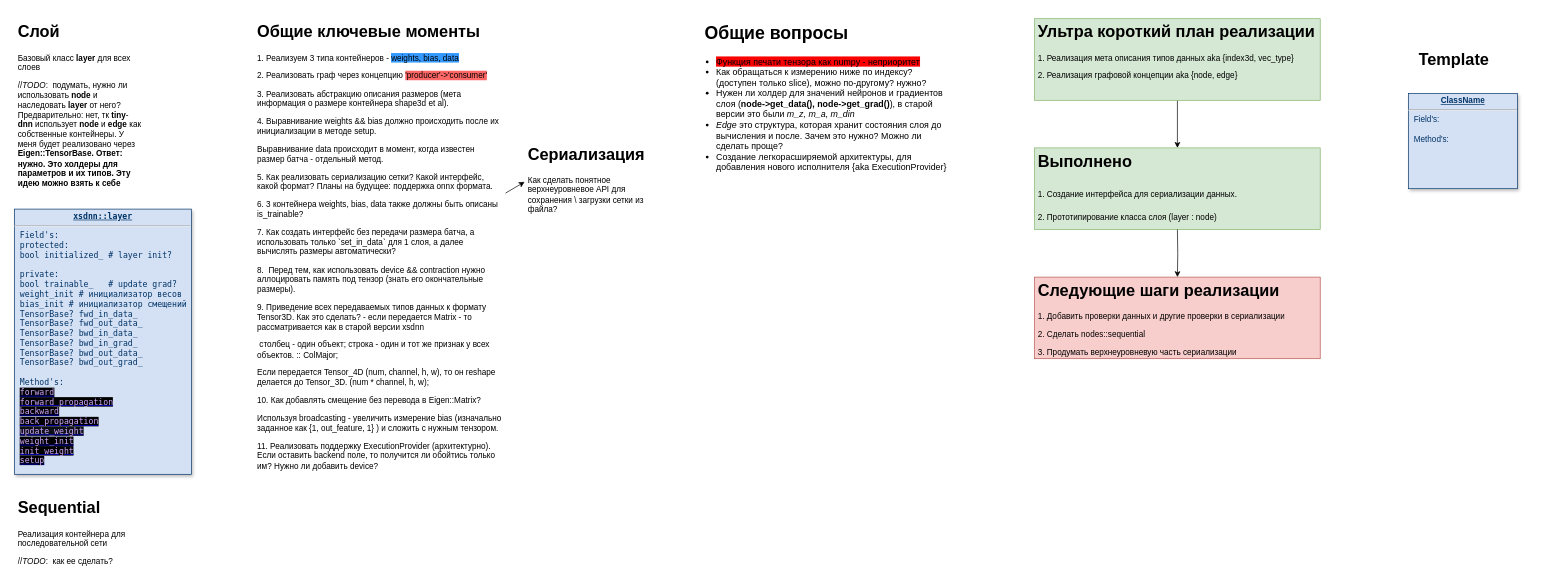
Above: page "xsdnn::main" (1 of 10) of logic.drawio in xsdnn/xsdnn (draw.io), before the change. Source tidied: cells renumbered, new cells numbered last; positions are measured from the earlier drawing's top-left corner, leaving out a move shared by most shapes. Both pictures are drawn from the tidied source at 68%, with x=0, y=0 at pixel (14, 18).
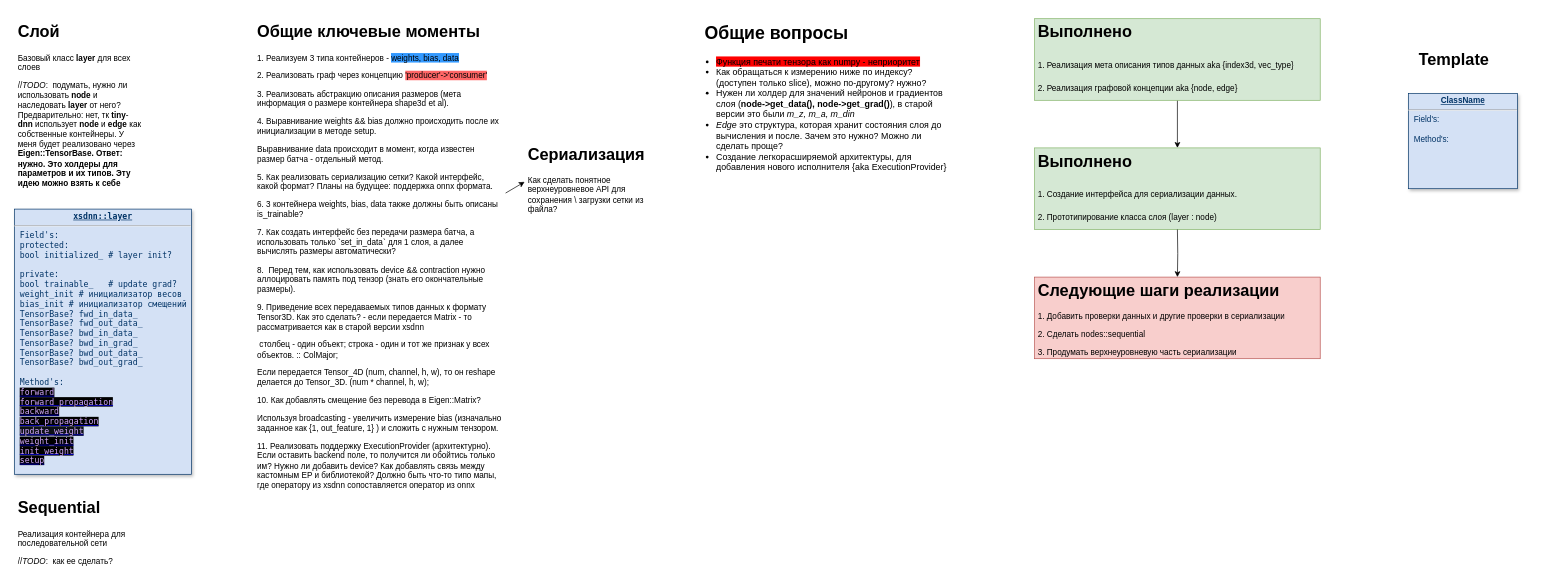
The same diagram, later.

Diff of the diagram source:
```diff
@@
 <mxGraphModel>
   <root>
     <mxCell id="0" />
     <mxCell id="1" parent="0" />
     <mxCell id="2" value="&lt;p style=&quot;margin: 0px; margin-top: 4px; text-align: center; text-decoration: underline;&quot;&gt;&lt;strong&gt;ClassName&lt;/strong&gt;&lt;/p&gt;&lt;hr&gt;&lt;p style=&quot;margin: 0px; margin-left: 8px;&quot;&gt;Field's:&lt;/p&gt;&lt;p style=&quot;margin: 0px; margin-left: 8px;&quot;&gt;&lt;br&gt;&lt;/p&gt;&lt;p style=&quot;margin: 0px; margin-left: 8px;&quot;&gt;Method's:&lt;/p&gt;" style="verticalAlign=top;align=left;overflow=fill;fontSize=12;fontFamily=Helvetica;html=1;strokeColor=#003366;shadow=1;fillColor=#D4E1F5;fontColor=#003366;" parent="1" vertex="1">
       <mxGeometry x="2050" y="110" width="160" height="140" as="geometry" />
     </mxCell>
     <mxCell id="3" value="&lt;h1&gt;Слой&lt;/h1&gt;&lt;p&gt;Базовый класс &lt;b&gt;layer &lt;/b&gt;для всех слоев&lt;/p&gt;&lt;p&gt;&lt;span style=&quot;text-align: center;&quot;&gt;//&lt;i&gt;TODO&lt;/i&gt;:&amp;nbsp; подумать, нужно ли использовать &lt;b&gt;node&lt;/b&gt; и наследовать &lt;b&gt;layer&lt;/b&gt; от него? Предварительно: нет, тк &lt;b&gt;tiny&lt;/b&gt;-&lt;b&gt;dnn&lt;/b&gt; использует &lt;b&gt;node&lt;/b&gt; и &lt;b&gt;edge&lt;/b&gt; как собственные контейнеры. У меня будет реализовано через &lt;b&gt;Eigen::TensorBase. Ответ: нужно. Это холдеры для параметров и их типов. Эту идею можно взять к себе&lt;/b&gt;&lt;/span&gt;&lt;br&gt;&lt;/p&gt;&lt;p&gt;&lt;br&gt;&lt;/p&gt;" style="text;html=1;strokeColor=none;fillColor=none;spacing=5;spacingTop=-20;whiteSpace=wrap;overflow=hidden;rounded=0;" parent="1" vertex="1">
       <mxGeometry width="190" height="250" as="geometry" />
     </mxCell>
     <mxCell id="4" value="&lt;h1&gt;Template&lt;/h1&gt;" style="text;html=1;strokeColor=none;fillColor=none;spacing=5;spacingTop=-20;whiteSpace=wrap;overflow=hidden;rounded=0;" parent="1" vertex="1">
       <mxGeometry x="2060" y="40" width="190" height="50" as="geometry" />
     </mxCell>
     <mxCell id="5" value="&lt;p style=&quot;margin: 0px; margin-top: 4px; text-align: center; text-decoration: underline;&quot;&gt;&lt;b&gt;xsdnn::layer&lt;/b&gt;&lt;/p&gt;&lt;hr&gt;&lt;p style=&quot;margin: 0px; margin-left: 8px;&quot;&gt;Field's:&lt;/p&gt;&lt;p style=&quot;margin: 0px; margin-left: 8px;&quot;&gt;protected:&lt;/p&gt;&lt;p style=&quot;margin: 0px; margin-left: 8px;&quot;&gt;bool initialized_ # layer init?&lt;/p&gt;&lt;p style=&quot;margin: 0px; margin-left: 8px;&quot;&gt;&lt;br&gt;&lt;/p&gt;&lt;p style=&quot;margin: 0px; margin-left: 8px;&quot;&gt;private:&lt;/p&gt;&lt;p style=&quot;margin: 0px 0px 0px 8px;&quot;&gt;bool trainable_&amp;nbsp; &amp;nbsp;# update grad?&lt;/p&gt;&lt;p style=&quot;margin: 0px 0px 0px 8px;&quot;&gt;weight_init # инициализатор весов&lt;/p&gt;&lt;p style=&quot;margin: 0px 0px 0px 8px;&quot;&gt;bias_init # инициализатор смещений&lt;/p&gt;&lt;p style=&quot;margin: 0px; margin-left: 8px;&quot;&gt;TensorBase? fwd_in_data_&lt;/p&gt;&lt;p style=&quot;margin: 0px; margin-left: 8px;&quot;&gt;TensorBase? fwd_out_data_&lt;br&gt;&lt;/p&gt;&lt;p style=&quot;margin: 0px; margin-left: 8px;&quot;&gt;TensorBase? bwd_in_data_&lt;br&gt;&lt;/p&gt;&lt;p style=&quot;margin: 0px; margin-left: 8px;&quot;&gt;TensorBase? bwd_in_grad_&lt;br&gt;&lt;/p&gt;&lt;p style=&quot;margin: 0px; margin-left: 8px;&quot;&gt;TensorBase? bwd_out_data_&lt;br&gt;&lt;/p&gt;&lt;p style=&quot;margin: 0px; margin-left: 8px;&quot;&gt;TensorBase? bwd_out_grad_&lt;br&gt;&lt;/p&gt;&lt;p style=&quot;margin: 0px; margin-left: 8px;&quot;&gt;&lt;br&gt;&lt;/p&gt;&lt;p style=&quot;margin: 0px; margin-left: 8px;&quot;&gt;Method's:&lt;/p&gt;&lt;p style=&quot;margin: 0px; margin-left: 8px;&quot;&gt;&lt;a href=&quot;data:page/id,acLyr5f8MV2qwVlqdKkI&quot;&gt;&lt;font face=&quot;ui-monospace, SFMono-Regular, SF Mono, Menlo, Consolas, Liberation Mono, monospace&quot; color=&quot;#d2a8ff&quot; style=&quot;background-color: rgb(0, 0, 0);&quot;&gt;forward&lt;/font&gt;&lt;/a&gt;&lt;/p&gt;&lt;p style=&quot;margin: 0px; margin-left: 8px;&quot;&gt;&lt;a href=&quot;data:page/id,P51iXEZZl-BP7aw9WZGj&quot;&gt;&lt;font face=&quot;ui-monospace, SFMono-Regular, SF Mono, Menlo, Consolas, Liberation Mono, monospace&quot; color=&quot;#d2a8ff&quot; style=&quot;background-color: rgb(0, 0, 0);&quot;&gt;forward_propagation&lt;/font&gt;&lt;/a&gt;&lt;/p&gt;&lt;p style=&quot;margin: 0px; margin-left: 8px;&quot;&gt;&lt;a href=&quot;data:page/id,9vZ8QekkStvvB2-BGn0U&quot;&gt;&lt;font face=&quot;ui-monospace, SFMono-Regular, SF Mono, Menlo, Consolas, Liberation Mono, monospace&quot; color=&quot;#d2a8ff&quot; style=&quot;background-color: rgb(0, 0, 0);&quot;&gt;backward&lt;/font&gt;&lt;/a&gt;&lt;/p&gt;&lt;p style=&quot;margin: 0px; margin-left: 8px;&quot;&gt;&lt;a href=&quot;data:page/id,YzGOiIOgP3fO_uxTNOQc&quot;&gt;&lt;font face=&quot;ui-monospace, SFMono-Regular, SF Mono, Menlo, Consolas, Liberation Mono, monospace&quot; color=&quot;#d2a8ff&quot; style=&quot;background-color: rgb(0, 0, 0);&quot;&gt;back_propagation&lt;/font&gt;&lt;/a&gt;&lt;/p&gt;&lt;p style=&quot;margin: 0px; margin-left: 8px;&quot;&gt;&lt;span style=&quot;font-family: ui-monospace, SFMono-Regular, &amp;quot;SF Mono&amp;quot;, Menlo, Consolas, &amp;quot;Liberation Mono&amp;quot;, monospace; background-color: rgb(13, 17, 23);&quot;&gt;&lt;a style=&quot;&quot; href=&quot;data:page/id,1ntwXYWYcS74xLM6uAJB&quot;&gt;&lt;font color=&quot;#d2a8ff&quot;&gt;update_weight&lt;/font&gt;&lt;/a&gt;&lt;/span&gt;&lt;br&gt;&lt;/p&gt;&lt;p style=&quot;margin: 0px; margin-left: 8px;&quot;&gt;&lt;a style=&quot;background-color: rgb(0, 0, 0);&quot; href=&quot;data:page/id,imFPhnd7Cz6RNdqDAHEO&quot;&gt;&lt;font face=&quot;ui-monospace, SFMono-Regular, SF Mono, Menlo, Consolas, Liberation Mono, monospace&quot; color=&quot;#d2a8ff&quot;&gt;weight_init&lt;/font&gt;&lt;/a&gt;&lt;/p&gt;&lt;p style=&quot;margin: 0px; margin-left: 8px;&quot;&gt;&lt;a style=&quot;background-color: rgb(0, 0, 0);&quot; href=&quot;data:page/id,p6dzrHT5QFA6u9v4Chr_&quot;&gt;&lt;font color=&quot;#d2a8ff&quot;&gt;init_weight&lt;/font&gt;&lt;/a&gt;&lt;/p&gt;&lt;p style=&quot;margin: 0px; margin-left: 8px;&quot;&gt;&lt;a style=&quot;background-color: rgb(0, 0, 0);&quot; href=&quot;data:page/id,uzz6QVAgYd6YLyIYvyyA&quot;&gt;&lt;font color=&quot;#d2a8ff&quot;&gt;setup&lt;/font&gt;&lt;/a&gt;&lt;/p&gt;" style="verticalAlign=top;align=left;overflow=fill;fontSize=12;fontFamily=ui-monospace, SFMono-Regular, &quot;SF Mono&quot;, Menlo, Consolas, &quot;Liberation Mono&quot;, monospace;html=1;strokeColor=#003366;shadow=1;fillColor=#D4E1F5;fontColor=#003366;" parent="1" vertex="1">
       <mxGeometry y="280" width="260" height="390" as="geometry" />
     </mxCell>
     <mxCell id="6" value="&lt;h1&gt;Сериализация&lt;/h1&gt;&lt;p&gt;Как сделать понятное верхнеуровневое API для сохранения \ загрузки сетки из файла?&amp;nbsp;&lt;/p&gt;" style="text;html=1;strokeColor=none;fillColor=none;spacing=5;spacingTop=-20;whiteSpace=wrap;overflow=hidden;rounded=0;" parent="1" vertex="1">
       <mxGeometry x="750" y="180" width="190" height="120" as="geometry" />
     </mxCell>
     <mxCell id="7" value="&lt;h1&gt;Общие вопросы&lt;/h1&gt;&lt;p&gt;&lt;br&gt;&lt;/p&gt;" style="text;html=1;strokeColor=none;fillColor=none;spacing=5;spacingTop=-20;whiteSpace=wrap;overflow=hidden;rounded=0;fontSize=13;" parent="1" vertex="1">
       <mxGeometry x="1010" width="270" height="120" as="geometry" />
     </mxCell>
     <mxCell id="8" value="&lt;ul&gt;&lt;li&gt;&lt;span style=&quot;background-color: rgb(255, 0, 0);&quot;&gt;Функция печати тензора как numpy - неприоритет&lt;/span&gt;&lt;/li&gt;&lt;li&gt;Как обращаться к измерению ниже по индексу? (доступен только slice), можно по-другому? нужно?&amp;nbsp;&lt;/li&gt;&lt;li&gt;Нужен ли холдер для значений нейронов и градиентов слоя (&lt;b&gt;node-&amp;gt;get_data(), node-&amp;gt;get_grad()&lt;/b&gt;), в старой версии это были &lt;i&gt;m_z, m_a, m_din&lt;/i&gt;&lt;/li&gt;&lt;li&gt;&lt;i&gt;Edge &lt;/i&gt;это структура, которая хранит состояния слоя до вычисления и после. Зачем это нужно? Можно ли сделать проще?&lt;/li&gt;&lt;li&gt;Создание легкорасширяемой архитектуры, для добавления нового исполнителя {aka ExecutionProvider}&lt;/li&gt;&lt;/ul&gt;" style="text;strokeColor=none;fillColor=none;html=1;whiteSpace=wrap;verticalAlign=middle;overflow=hidden;fontSize=13;" parent="1" vertex="1">
       <mxGeometry x="990" y="40" width="390" height="190" as="geometry" />
     </mxCell>
     <mxCell id="9" value="&lt;h1&gt;Sequential&lt;/h1&gt;&lt;p&gt;Реализация контейнера для&amp;nbsp; последовательной сети&lt;/p&gt;&lt;p&gt;&lt;span style=&quot;text-align: center;&quot;&gt;//&lt;i&gt;TODO&lt;/i&gt;:&amp;nbsp; как ее сделать?&lt;/span&gt;&lt;br&gt;&lt;/p&gt;&lt;p&gt;&lt;br&gt;&lt;/p&gt;" style="text;html=1;strokeColor=none;fillColor=none;spacing=5;spacingTop=-20;whiteSpace=wrap;overflow=hidden;rounded=0;" parent="1" vertex="1">
       <mxGeometry y="700" width="190" height="110" as="geometry" />
     </mxCell>
-    <mxCell id="10" value="&lt;h1&gt;Общие ключевые моменты&lt;/h1&gt;&lt;p&gt;1. Реализуем 3 типа контейнеров - &lt;span style=&quot;background-color: rgb(51, 153, 255);&quot;&gt;weights, bias, data&lt;/span&gt;&lt;/p&gt;&lt;p&gt;2. Реализовать граф через концепцию &lt;span style=&quot;background-color: rgb(255, 102, 102);&quot;&gt;'producer'-&amp;gt;'consumer'&lt;/span&gt;&lt;/p&gt;&lt;p&gt;3. Реализовать абстракцию описания размеров (мета информация о размере контейнера shape3d et al).&amp;nbsp;&lt;/p&gt;&lt;p&gt;4. Выравнивание weights &amp;amp;&amp;amp; bias должно происходить после их инициализации в методе setup.&lt;/p&gt;&lt;p&gt;Выравнивание data происходит в момент, когда известен размер батча - отдельный метод.&lt;/p&gt;&lt;p&gt;5. Как реализовать сериализацию сетки? Какой интерфейс, какой формат? Планы на будущее: поддержка onnx формата.&lt;/p&gt;&lt;p&gt;6. 3 контейнера weights, bias, data также должны быть описаны is_trainable?&amp;nbsp;&lt;/p&gt;&lt;p&gt;7. Как создать интерфейс без передачи размера батча, а использовать только `set_in_data` для 1 слоя, а далее вычислять размеры автоматически?&lt;/p&gt;&lt;p&gt;8.&amp;nbsp; Перед тем, как использовать device &amp;amp;&amp;amp; contraction нужно аллоцировать память под тензор (знать его окончательные размеры).&lt;/p&gt;&lt;p&gt;9. Приведение всех передаваемых типов данных к формату Tensor3D. Как это сделать? - если передается Matrix - то рассматривается как в старой версии xsdnn&lt;/p&gt;&lt;p&gt;&amp;nbsp;столбец - один объект; строка - один и тот же признак у всех объектов. :: ColMajor;&lt;/p&gt;&lt;p&gt;Если передается Tensor_4D (num, channel, h, w), то он reshape делается до Tensor_3D. (num * channel, h, w);&lt;/p&gt;&lt;p&gt;10. Как добавлять смещение без перевода в Eigen::Matrix?&amp;nbsp;&lt;/p&gt;&lt;p&gt;Используя broadcasting - увеличить измерение bias (изначально заданное как {1, out_feature, 1} ) и сложить с нужным тензором.&amp;nbsp;&lt;/p&gt;&lt;p&gt;11. Реализовать поддержку ExecutionProvider (архитектурно). Если оставить backend поле, то получится ли обойтись только им? Нужно ли добавить device?&lt;/p&gt;" style="text;html=1;strokeColor=none;fillColor=none;spacing=5;spacingTop=-20;whiteSpace=wrap;overflow=hidden;rounded=0;" parent="1" vertex="1">
+    <mxCell id="10" value="&lt;h1&gt;Общие ключевые моменты&lt;/h1&gt;&lt;p&gt;1. Реализуем 3 типа контейнеров - &lt;span style=&quot;background-color: rgb(51, 153, 255);&quot;&gt;weights, bias, data&lt;/span&gt;&lt;/p&gt;&lt;p&gt;2. Реализовать граф через концепцию &lt;span style=&quot;background-color: rgb(255, 102, 102);&quot;&gt;'producer'-&amp;gt;'consumer'&lt;/span&gt;&lt;/p&gt;&lt;p&gt;3. Реализовать абстракцию описания размеров (мета информация о размере контейнера shape3d et al).&amp;nbsp;&lt;/p&gt;&lt;p&gt;4. Выравнивание weights &amp;amp;&amp;amp; bias должно происходить после их инициализации в методе setup.&lt;/p&gt;&lt;p&gt;Выравнивание data происходит в момент, когда известен размер батча - отдельный метод.&lt;/p&gt;&lt;p&gt;5. Как реализовать сериализацию сетки? Какой интерфейс, какой формат? Планы на будущее: поддержка onnx формата.&lt;/p&gt;&lt;p&gt;6. 3 контейнера weights, bias, data также должны быть описаны is_trainable?&amp;nbsp;&lt;/p&gt;&lt;p&gt;7. Как создать интерфейс без передачи размера батча, а использовать только `set_in_data` для 1 слоя, а далее вычислять размеры автоматически?&lt;/p&gt;&lt;p&gt;8.&amp;nbsp; Перед тем, как использовать device &amp;amp;&amp;amp; contraction нужно аллоцировать память под тензор (знать его окончательные размеры).&lt;/p&gt;&lt;p&gt;9. Приведение всех передаваемых типов данных к формату Tensor3D. Как это сделать? - если передается Matrix - то рассматривается как в старой версии xsdnn&lt;/p&gt;&lt;p&gt;&amp;nbsp;столбец - один объект; строка - один и тот же признак у всех объектов. :: ColMajor;&lt;/p&gt;&lt;p&gt;Если передается Tensor_4D (num, channel, h, w), то он reshape делается до Tensor_3D. (num * channel, h, w);&lt;/p&gt;&lt;p&gt;10. Как добавлять смещение без перевода в Eigen::Matrix?&amp;nbsp;&lt;/p&gt;&lt;p&gt;Используя broadcasting - увеличить измерение bias (изначально заданное как {1, out_feature, 1} ) и сложить с нужным тензором.&amp;nbsp;&lt;/p&gt;&lt;p&gt;11. Реализовать поддержку ExecutionProvider (архитектурно). Если оставить backend поле, то получится ли обойтись только им? Нужно ли добавить device? Как добавлять связь между кастомным EP и библиотекой? Должно быть что-то типо мапы, где оператору из xsdnn сопоставляется оператор из onnx&lt;/p&gt;" style="text;html=1;strokeColor=none;fillColor=none;spacing=5;spacingTop=-20;whiteSpace=wrap;overflow=hidden;rounded=0;" parent="1" vertex="1">
       <mxGeometry x="352" width="370" height="730" as="geometry" />
     </mxCell>
     <mxCell id="11" style="edgeStyle=orthogonalEdgeStyle;rounded=0;jettySize=auto;html=1;" parent="1" edge="1" source="12" target="14">
       <mxGeometry relative="1" as="geometry" />
     </mxCell>
-    <mxCell id="12" value="&lt;h1&gt;Ультра короткий план реализации&lt;/h1&gt;&lt;p&gt;1. Реализация мета описания типов данных aka {index3d, vec_type}&lt;/p&gt;&lt;p&gt;2. Реализация графовой концепции aka {node, edge}&lt;/p&gt;" style="text;html=1;spacing=5;spacingTop=-20;whiteSpace=wrap;overflow=hidden;rounded=0;labelBackgroundColor=none;fillColor=#d5e8d4;strokeColor=#82b366;" parent="1" vertex="1">
+    <mxCell id="12" value="&lt;h1&gt;&lt;span style=&quot;background-color: initial;&quot;&gt;Выполнено&lt;/span&gt;&lt;/h1&gt;&lt;h1&gt;&lt;span style=&quot;background-color: initial; font-size: 12px; font-weight: normal;&quot;&gt;1. Реализация мета описания типов данных aka {index3d, vec_type}&lt;/span&gt;&lt;br&gt;&lt;/h1&gt;&lt;p&gt;2. Реализация графовой концепции aka {node, edge}&lt;/p&gt;" style="text;html=1;spacing=5;spacingTop=-20;whiteSpace=wrap;overflow=hidden;rounded=0;labelBackgroundColor=none;fillColor=#d5e8d4;strokeColor=#82b366;" parent="1" vertex="1">
       <mxGeometry x="1500" width="420" height="120" as="geometry" />
     </mxCell>
     <mxCell id="13" style="endArrow=classic;html=1;rounded=0;entryX=0;entryY=0.5;entryDx=0;entryDy=0;" parent="1" edge="1" source="10" target="6">
       <mxGeometry relative="1" as="geometry" />
     </mxCell>
     <mxCell id="14" value="&lt;h1&gt;&lt;span style=&quot;background-color: initial;&quot;&gt;Выполнено&lt;/span&gt;&lt;/h1&gt;&lt;h1&gt;&lt;span style=&quot;background-color: initial; font-size: 12px; font-weight: normal;&quot;&gt;1. Создание интерфейса для сериализации данных.&amp;nbsp;&lt;/span&gt;&lt;br&gt;&lt;/h1&gt;&lt;p&gt;2. Прототипирование класса слоя (layer : node)&lt;/p&gt;" style="text;html=1;spacing=5;spacingTop=-20;whiteSpace=wrap;overflow=hidden;rounded=0;labelBackgroundColor=none;fillColor=#d5e8d4;strokeColor=#82b366;" parent="1" vertex="1">
       <mxGeometry x="1500" y="190" width="420" height="120" as="geometry" />
     </mxCell>
     <mxCell id="15" style="edgeStyle=orthogonalEdgeStyle;rounded=0;jettySize=auto;html=1;" parent="1" edge="1" target="16">
       <mxGeometry relative="1" as="geometry">
         <mxPoint x="1710" y="310" as="sourcePoint" />
       </mxGeometry>
     </mxCell>
     <mxCell id="16" value="&lt;h1&gt;Следующие шаги реализации&lt;/h1&gt;&lt;p&gt;1. Добавить проверки данных и другие проверки в сериализации&lt;br&gt;&lt;/p&gt;&lt;p&gt;2. Сделать nodes::sequential&lt;/p&gt;&lt;p&gt;3. Продумать верхнеуровневую часть сериализации&lt;/p&gt;" style="text;html=1;spacing=5;spacingTop=-20;whiteSpace=wrap;overflow=hidden;rounded=0;labelBackgroundColor=none;fillColor=#f8cecc;strokeColor=#b85450;" parent="1" vertex="1">
       <mxGeometry x="1500" y="380" width="420" height="120" as="geometry" />
     </mxCell>
   </root>
 </mxGraphModel>
```
